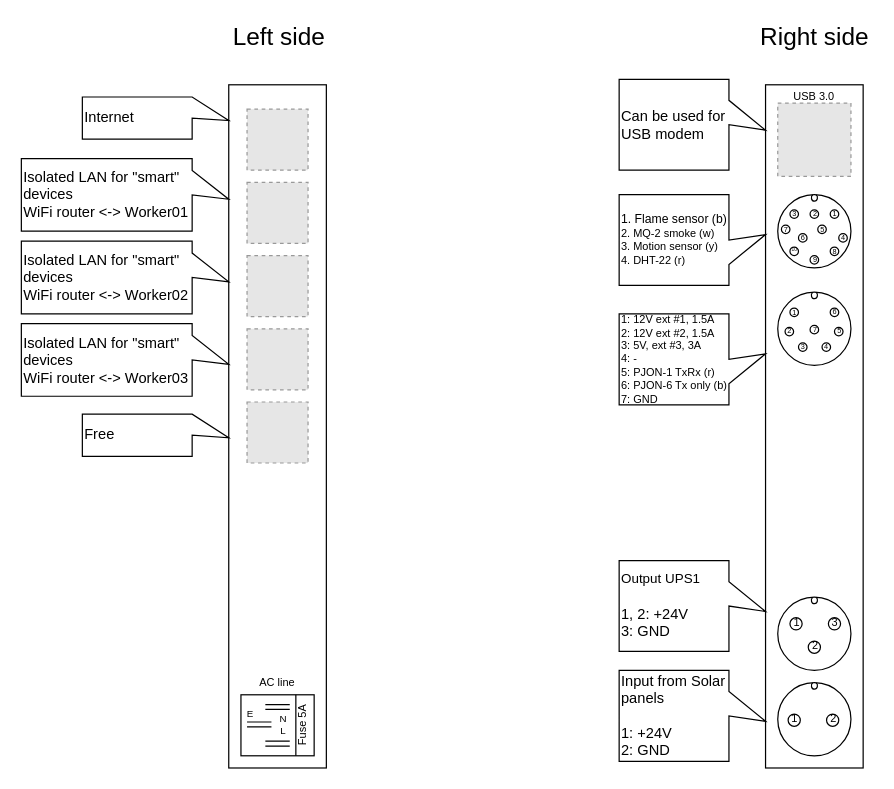
Before: page "Case connectors (v2)" (1 of 8) of home-cluster/draw.io/Cluster_Rack.drawio.xml in Halytskyi/SmartThings, a draw.io diagram. Source tidied: cells renumbered, new cells numbered last; positions are measured from the earlier drawing's top-left corner, leaving out a move shared by most shapes. Both pictures are drawn from the tidied source at 122%, with x=0, y=0 at pixel (21, 23). Pictures stored in the file or linked from it are replaced by grey dashed boxes.
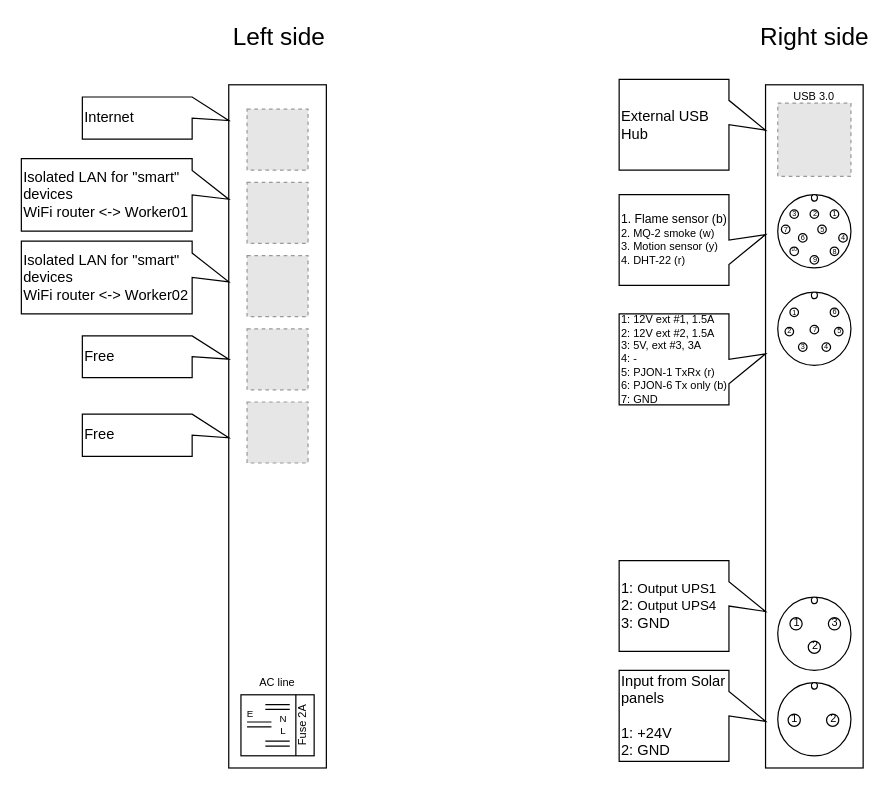
The same diagram, later.

The edit, as a diff of the source:
```diff
@@
-    <mxCell id="12" value="&lt;font style=&quot;font-size: 9px&quot;&gt;Fuse 5A&lt;/font&gt;" style="text;html=1;strokeColor=none;fillColor=none;align=center;verticalAlign=middle;whiteSpace=wrap;rounded=0;rotation=-90;" parent="1" vertex="1">
+    <mxCell id="12" value="&lt;font style=&quot;font-size: 9px&quot;&gt;Fuse 2A&lt;/font&gt;" style="text;html=1;strokeColor=none;fillColor=none;align=center;verticalAlign=middle;whiteSpace=wrap;rounded=0;rotation=-90;" parent="1" vertex="1">
       <mxGeometry x="210" y="565" width="40" height="20" as="geometry" />
     </mxCell>
@@
-    <mxCell id="71" value="&lt;div style=&quot;text-align: center ; font-size: 11px&quot;&gt;&lt;font style=&quot;font-size: 11px&quot;&gt;Output UPS1&lt;/font&gt;&lt;/div&gt;&lt;font style=&quot;font-size: 12px&quot;&gt;&lt;br&gt;1, 2: +24V&lt;br&gt;3: GND&lt;br&gt;&lt;/font&gt;" style="shape=callout;whiteSpace=wrap;html=1;perimeter=calloutPerimeter;fontSize=9;direction=north;position2=0.44;align=left;" parent="1" vertex="1">
+    <mxCell id="71" value="&lt;div style=&quot;text-align: center ; font-size: 11px&quot;&gt;&lt;/div&gt;&lt;font style=&quot;font-size: 12px&quot;&gt;1:&amp;nbsp;&lt;span style=&quot;font-size: 11px ; text-align: center&quot;&gt;Output UPS1&lt;/span&gt;&lt;br&gt;2:&amp;nbsp;&lt;span style=&quot;font-size: 11px ; text-align: center&quot;&gt;Output UPS4&lt;/span&gt;&lt;br&gt;3: GND&lt;br&gt;&lt;/font&gt;" style="shape=callout;whiteSpace=wrap;html=1;perimeter=calloutPerimeter;fontSize=9;direction=north;position2=0.44;align=left;" parent="1" vertex="1">
       <mxGeometry x="490" y="440" width="120" height="74.5" as="geometry" />
     </mxCell>
@@
-    <mxCell id="77" value="&lt;div style=&quot;text-align: center ; font-size: 11px&quot;&gt;&lt;/div&gt;&lt;font style=&quot;font-size: 12px&quot;&gt;Can be used for USB modem&lt;br&gt;&lt;/font&gt;" style="shape=callout;whiteSpace=wrap;html=1;perimeter=calloutPerimeter;fontSize=9;direction=north;position2=0.44;align=left;" parent="1" vertex="1">
+    <mxCell id="77" value="&lt;div style=&quot;text-align: center ; font-size: 11px&quot;&gt;&lt;/div&gt;&lt;font style=&quot;font-size: 12px&quot;&gt;External USB Hub&lt;br&gt;&lt;/font&gt;" style="shape=callout;whiteSpace=wrap;html=1;perimeter=calloutPerimeter;fontSize=9;direction=north;position2=0.44;align=left;" parent="1" vertex="1">
       <mxGeometry x="490" y="45.5" width="120" height="74.5" as="geometry" />
     </mxCell>
@@
-    <mxCell id="81" value="&lt;div style=&quot;text-align: center ; font-size: 11px&quot;&gt;&lt;/div&gt;&lt;font style=&quot;font-size: 12px&quot;&gt;Isolated LAN for &quot;smart&quot; devices&lt;br&gt;WiFi router &amp;lt;-&amp;gt; Worker03&lt;br&gt;&lt;/font&gt;" style="shape=callout;whiteSpace=wrap;html=1;perimeter=calloutPerimeter;fontSize=9;direction=north;position2=0.44;align=left;" parent="1" vertex="1">
-      <mxGeometry y="245.8" width="170" height="59.5" as="geometry" />
+    <mxCell id="81" value="&lt;div style=&quot;text-align: center ; font-size: 11px&quot;&gt;&lt;/div&gt;&lt;font style=&quot;font-size: 12px&quot;&gt;Free&lt;br&gt;&lt;/font&gt;" style="shape=callout;whiteSpace=wrap;html=1;perimeter=calloutPerimeter;fontSize=9;direction=north;position2=0.44;align=left;" parent="1" vertex="1">
+      <mxGeometry x="50" y="255.8" width="120" height="34.2" as="geometry" />
     </mxCell>
```
